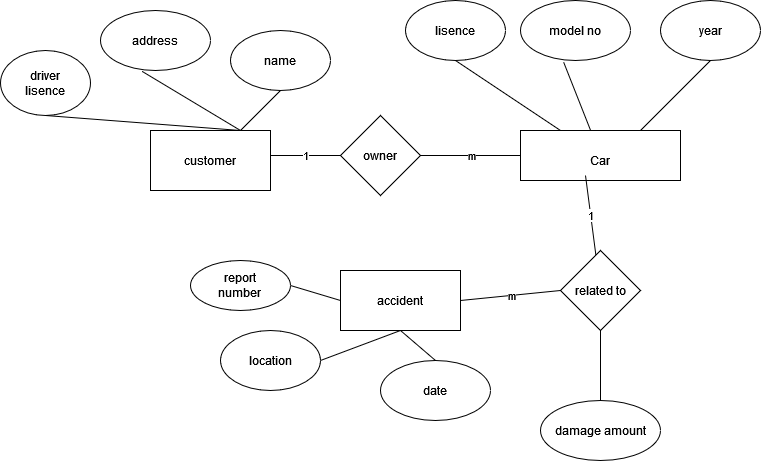
cs-cse/18CSC303J-DBMS keeps this draw.io diagram as CarInsuranceCompany.drawio.png. Above is the earlier version. Source tidied: cells renumbered, new cells last; positions are measured from the earlier drawing's top-left corner, leaving out a move shared by most shapes.
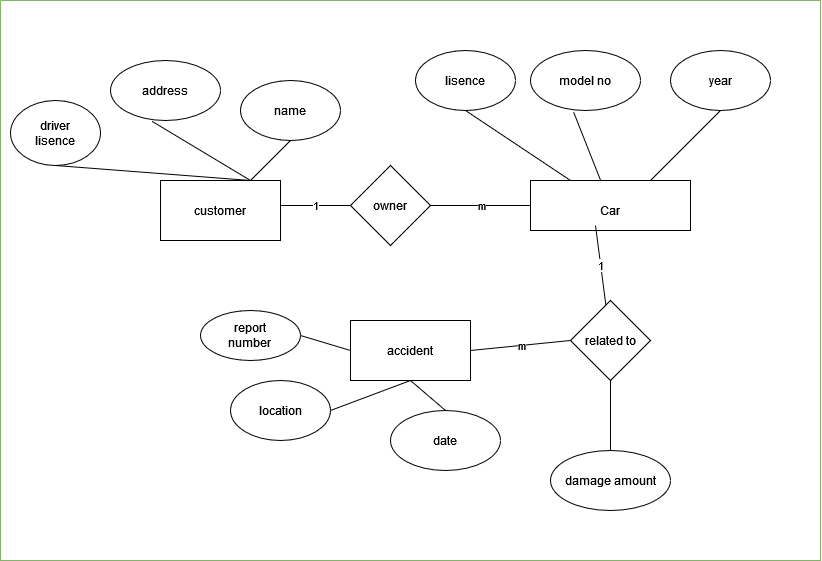
Later version of the same file.

The edit, as a diff of the source:
```diff
@@ -98,5 +98,8 @@
         <mxPoint x="460" y="300" as="sourcePoint" />
       </mxGeometry>
     </mxCell>
+    <mxCell id="32" style="swimlane;startSize=0;fillColor=default;strokeColor=#82b366;gradientColor=#ffffff;" parent="1" vertex="1">
+      <mxGeometry x="-10" y="-50" width="820" height="560" as="geometry" />
+    </mxCell>
   </root>
 </mxGraphModel>
```
